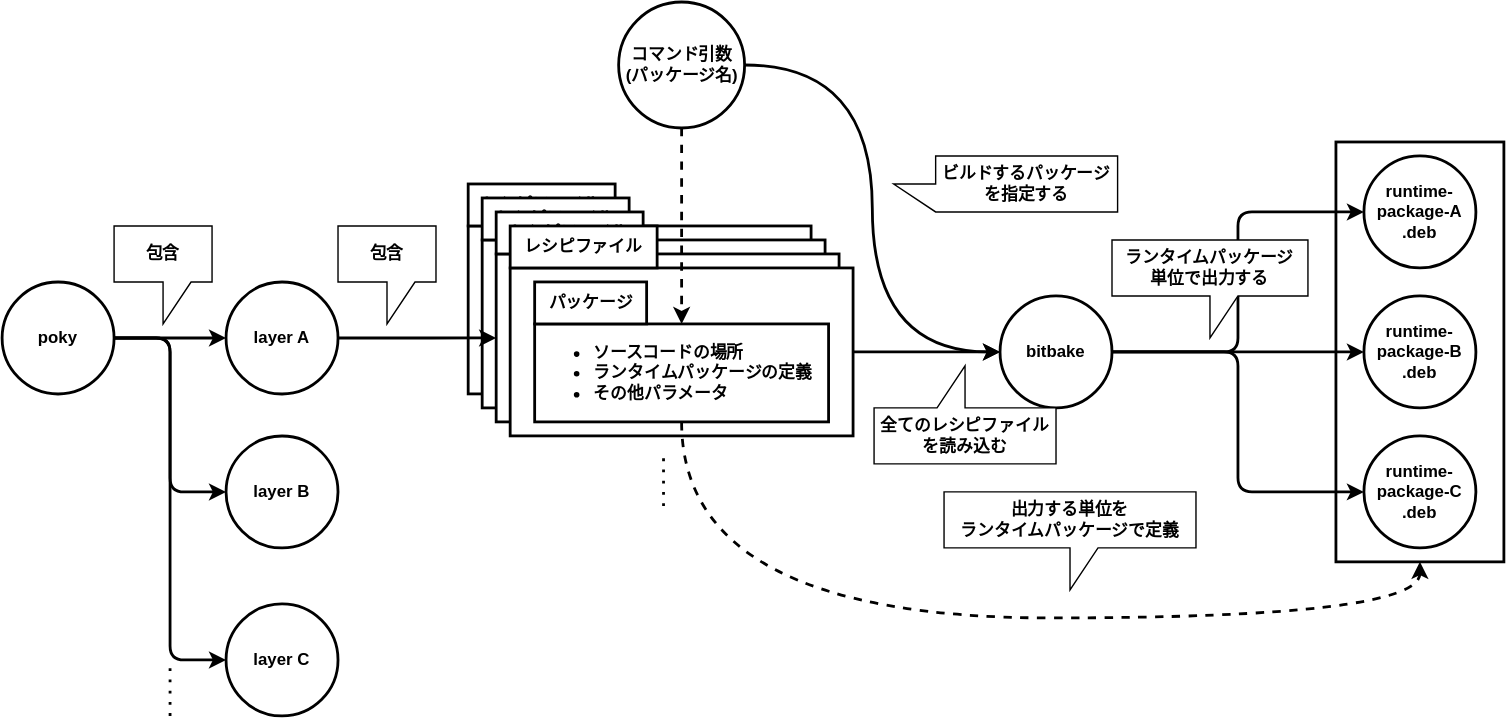
Earlier version of the draw.io export manual/docs/images/poky-layer-recipe-package.drawio.svg (AngryMane/yocto-learning). Source tidied: cells renumbered, new cells last; positions are measured from the earlier drawing's top-left corner, leaving out a move shared by most shapes.
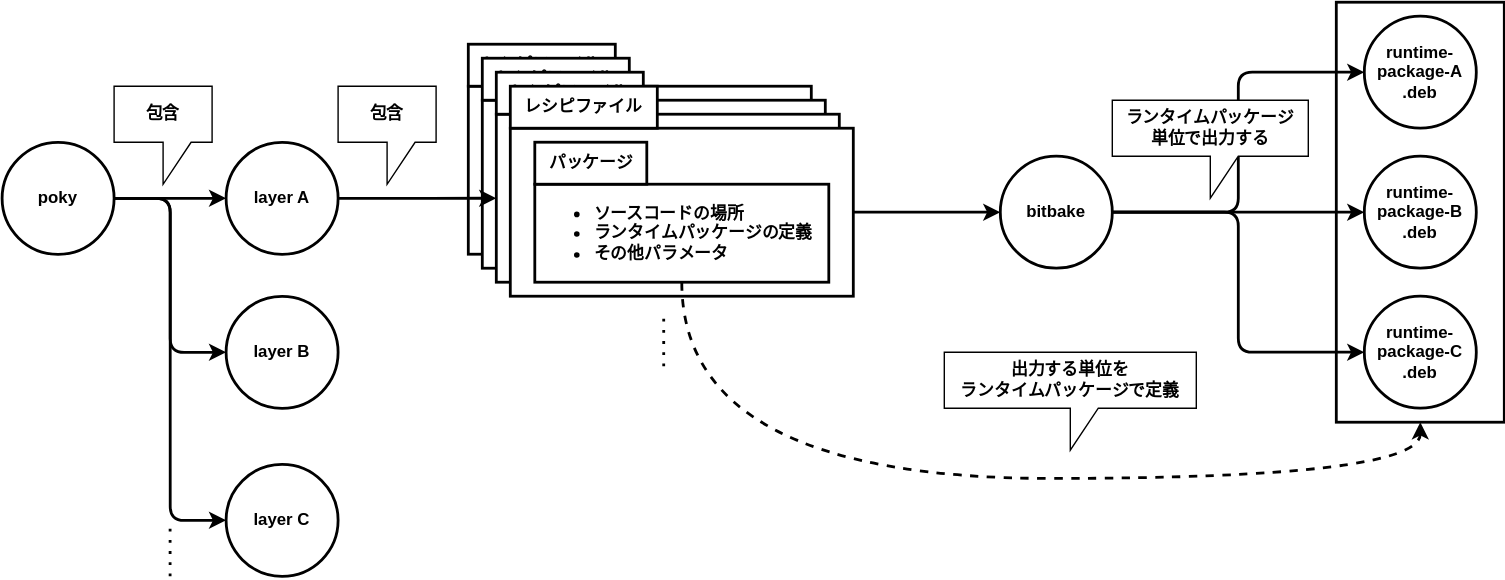
After the change.

What changed in the source:
```diff
@@ -80,21 +80,6 @@
     <mxCell id="26" style="edgeStyle=orthogonalEdgeStyle;curved=1;html=1;exitX=1;exitY=0.5;exitDx=0;exitDy=0;strokeWidth=2;" parent="1" edge="1" source="21" target="25">
       <mxGeometry relative="1" as="geometry" />
     </mxCell>
-    <mxCell id="27" style="edgeStyle=orthogonalEdgeStyle;curved=1;html=1;exitX=1;exitY=0.5;exitDx=0;exitDy=0;entryX=0;entryY=0.5;entryDx=0;entryDy=0;strokeWidth=2;" parent="1" edge="1" source="29" target="25">
-      <mxGeometry relative="1" as="geometry" />
-    </mxCell>
-    <mxCell id="28" style="edgeStyle=orthogonalEdgeStyle;curved=1;html=1;exitX=0.5;exitY=1;exitDx=0;exitDy=0;strokeWidth=2;dashed=1;" parent="1" edge="1" source="29" target="23">
-      <mxGeometry relative="1" as="geometry" />
-    </mxCell>
-    <mxCell id="29" value="コマンド引数&lt;br&gt;(パッケージ名)" style="ellipse;whiteSpace=wrap;html=1;fontStyle=1;strokeWidth=2;" parent="1" vertex="1">
-      <mxGeometry x="440.5" y="-0.1" width="90" height="90" as="geometry" />
-    </mxCell>
-    <mxCell id="30" value="ビルドするパッケージを指定する" style="shape=callout;whiteSpace=wrap;html=1;perimeter=calloutPerimeter;fontStyle=1;fontSize=12;direction=south;" parent="1" vertex="1">
-      <mxGeometry x="637" y="109.9" width="160" height="40" as="geometry" />
-    </mxCell>
-    <mxCell id="31" value="全てのレシピファイルを読み込む" style="shape=callout;whiteSpace=wrap;html=1;perimeter=calloutPerimeter;fontStyle=1;fontSize=12;direction=west;" parent="1" vertex="1">
-      <mxGeometry x="623" y="259.9" width="130" height="70" as="geometry" />
-    </mxCell>
     <mxCell id="32" style="rounded=0;whiteSpace=wrap;html=1;strokeWidth=2;" parent="1" vertex="1">
       <mxGeometry x="953" y="99.9" width="120" height="300" as="geometry" />
     </mxCell>
```
